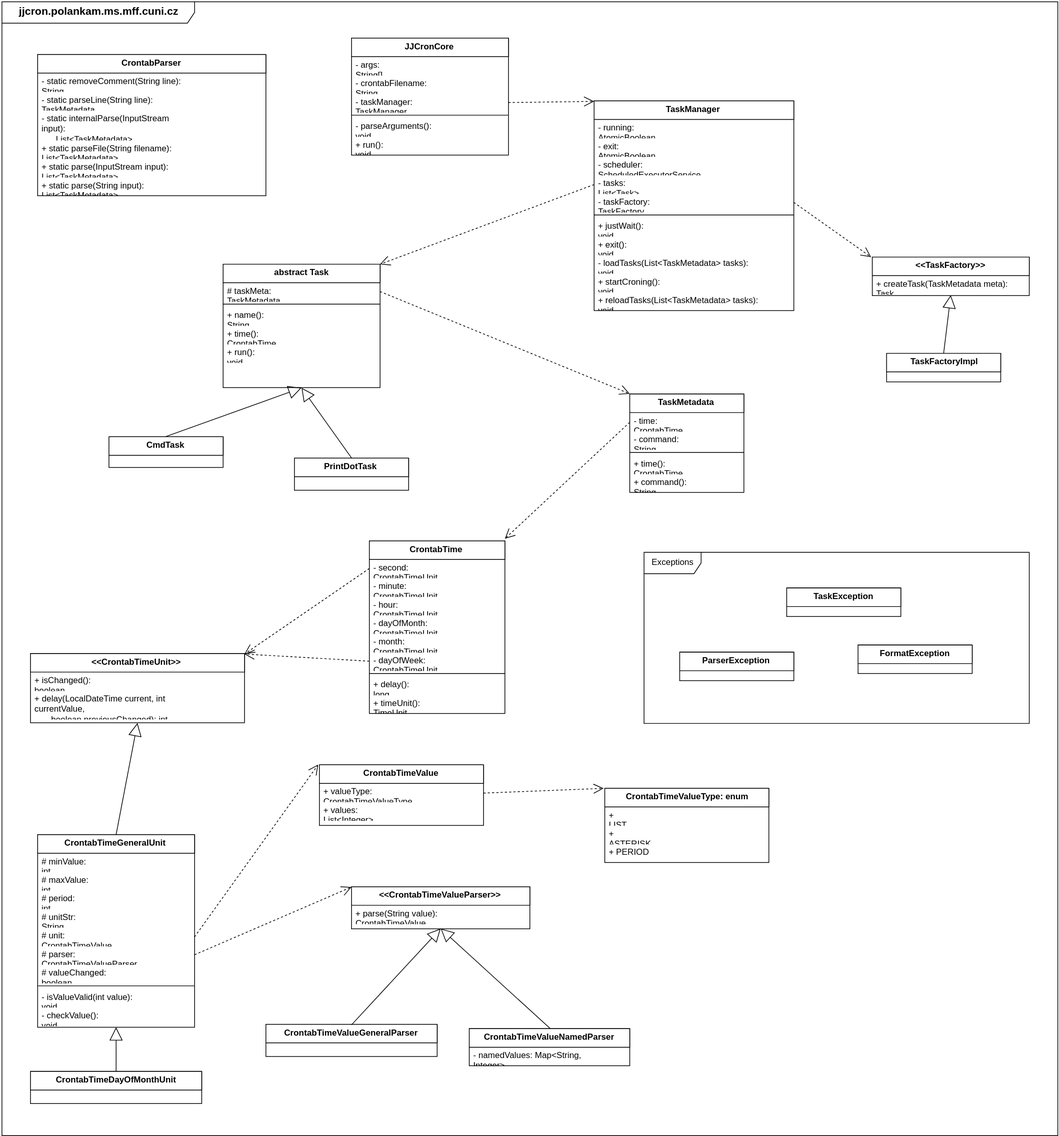
Above: src/javadoc/architecture.svg in Neloop/JJCron (draw.io), before the change. Source tidied: cells renumbered, new cells last; positions are measured from the earlier drawing's top-left corner, leaving out a move shared by most shapes.
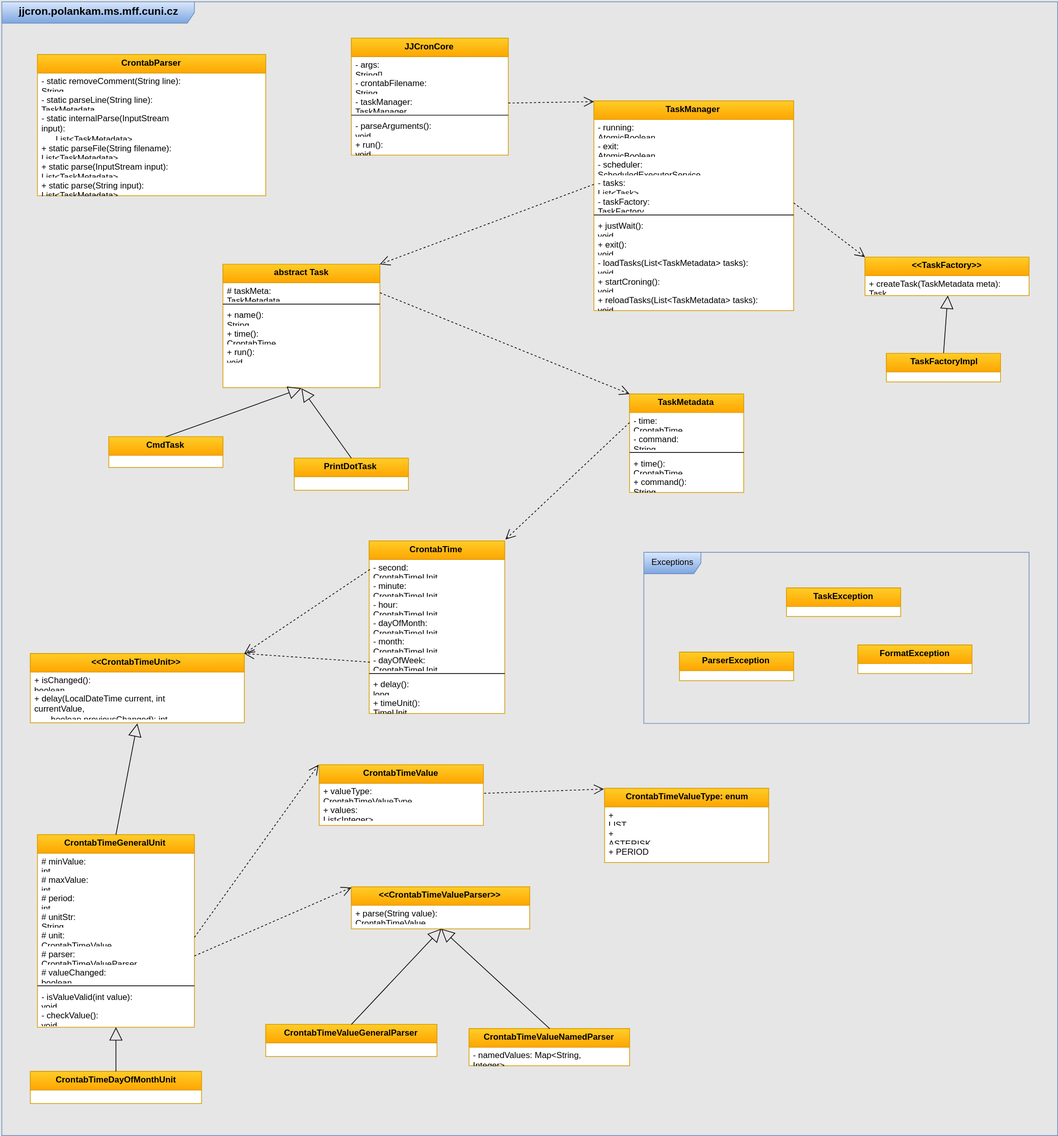
After the change.

The edit, as a diff of the source:
```diff
@@ -1,2 +1,2 @@
-<mxGraphModel background="#ffffff">
+<mxGraphModel background="#E6E6E6">
   <root>
@@ -4,3 +4,3 @@
     <mxCell id="1" parent="0" />
-    <mxCell id="2" value="JJCronCore&lt;br&gt;" style="swimlane;html=1;fontStyle=1;align=center;verticalAlign=top;horizontal=1;startSize=26;swimlaneFillColor=#ffffff;rounded=0;shadow=0;strokeWidth=1;fillColor=#FFFFFF;gradientColor=none;fontSize=12;fontColor=#000000;" parent="1" vertex="1">
+    <mxCell id="2" value="JJCronCore&lt;br&gt;" style="swimlane;html=1;fontStyle=1;align=center;verticalAlign=top;horizontal=1;startSize=26;swimlaneFillColor=#ffffff;rounded=0;shadow=0;strokeWidth=1;fontSize=12;fontColor=#000000;plain-orange;" parent="1" vertex="1">
       <mxGeometry x="490" y="51" width="220" height="164" as="geometry" />
@@ -25,3 +25,3 @@
     </mxCell>
-    <mxCell id="9" value="TaskManager&lt;br&gt;" style="swimlane;html=1;fontStyle=1;align=center;verticalAlign=top;horizontal=1;startSize=26;swimlaneFillColor=#ffffff;rounded=0;shadow=0;strokeWidth=1;fillColor=#FFFFFF;gradientColor=none;fontSize=12;fontColor=#000000;" parent="1" vertex="1">
+    <mxCell id="9" value="TaskManager&lt;br&gt;" style="swimlane;html=1;fontStyle=1;align=center;verticalAlign=top;horizontal=1;startSize=26;swimlaneFillColor=#ffffff;rounded=0;shadow=0;strokeWidth=1;fontSize=12;fontColor=#000000;plain-orange;" parent="1" vertex="1">
       <mxGeometry x="830" y="139" width="280" height="294" as="geometry" />
@@ -70,9 +70,9 @@
     </mxCell>
-    <mxCell id="24" value="&amp;lt;&amp;lt;TaskFactory&amp;gt;&amp;gt;&lt;br&gt;" style="swimlane;html=1;fontStyle=1;align=center;verticalAlign=top;horizontal=1;startSize=26;swimlaneFillColor=#ffffff;rounded=0;shadow=0;strokeWidth=1;fillColor=#FFFFFF;gradientColor=none;fontSize=12;fontColor=#000000;" parent="1" vertex="1">
-      <mxGeometry x="1220" y="358" width="220" height="54" as="geometry" />
+    <mxCell id="24" value="&amp;lt;&amp;lt;TaskFactory&amp;gt;&amp;gt;&lt;br&gt;" style="swimlane;html=1;fontStyle=1;align=center;verticalAlign=top;horizontal=1;startSize=26;swimlaneFillColor=#ffffff;rounded=0;shadow=0;strokeWidth=1;fontSize=12;fontColor=#000000;plain-orange;" parent="1" vertex="1">
+      <mxGeometry x="1210" y="358" width="230" height="54" as="geometry" />
     </mxCell>
     <mxCell id="25" value="+ createTask(TaskMetadata meta): Task" style="text;html=1;strokeColor=none;fillColor=none;align=left;verticalAlign=top;spacingLeft=4;spacingRight=4;whiteSpace=wrap;overflow=hidden;rounded=0;shadow=0;startSize=26;fontSize=12;fontColor=#000000;" parent="24" vertex="1">
-      <mxGeometry y="26" width="220" height="26" as="geometry" />
+      <mxGeometry y="26" width="230" height="26" as="geometry" />
     </mxCell>
-    <mxCell id="26" value="abstract Task&lt;br&gt;" style="swimlane;html=1;fontStyle=1;align=center;verticalAlign=top;horizontal=1;startSize=26;swimlaneFillColor=#ffffff;rounded=0;shadow=0;strokeWidth=1;fillColor=#FFFFFF;gradientColor=none;fontSize=12;fontColor=#000000;" parent="1" vertex="1">
+    <mxCell id="26" value="abstract Task&lt;br&gt;" style="swimlane;html=1;fontStyle=1;align=center;verticalAlign=top;horizontal=1;startSize=26;swimlaneFillColor=#ffffff;rounded=0;shadow=0;strokeWidth=1;fontSize=12;fontColor=#000000;plain-orange;" parent="1" vertex="1">
       <mxGeometry x="310" y="368" width="220" height="173" as="geometry" />
@@ -97,3 +97,3 @@
     </mxCell>
-    <mxCell id="33" value="TaskMetadata" style="swimlane;html=1;fontStyle=1;align=center;verticalAlign=top;horizontal=1;startSize=26;swimlaneFillColor=#ffffff;rounded=0;shadow=0;strokeWidth=1;fillColor=#FFFFFF;gradientColor=none;fontSize=12;fontColor=#000000;" parent="1" vertex="1">
+    <mxCell id="33" value="TaskMetadata" style="swimlane;html=1;fontStyle=1;align=center;verticalAlign=top;horizontal=1;startSize=26;swimlaneFillColor=#ffffff;rounded=0;shadow=0;strokeWidth=1;fontSize=12;fontColor=#000000;plain-orange;" parent="1" vertex="1">
       <mxGeometry x="880" y="550" width="160" height="138" as="geometry" />
@@ -118,6 +118,6 @@
     </mxCell>
-    <mxCell id="40" value="PrintDotTask" style="swimlane;html=1;fontStyle=1;align=center;verticalAlign=top;horizontal=1;startSize=26;swimlaneFillColor=#ffffff;rounded=0;shadow=0;strokeWidth=1;fillColor=#FFFFFF;gradientColor=none;fontSize=12;fontColor=#000000;" parent="1" vertex="1">
+    <mxCell id="40" value="PrintDotTask" style="swimlane;html=1;fontStyle=1;align=center;verticalAlign=top;horizontal=1;startSize=26;swimlaneFillColor=#ffffff;rounded=0;shadow=0;strokeWidth=1;fontSize=12;fontColor=#000000;plain-orange;" parent="1" vertex="1">
       <mxGeometry x="410" y="640" width="160" height="45" as="geometry" />
     </mxCell>
-    <mxCell id="41" value="CmdTask" style="swimlane;html=1;fontStyle=1;align=center;verticalAlign=top;horizontal=1;startSize=26;swimlaneFillColor=#ffffff;rounded=0;shadow=0;strokeWidth=1;fillColor=#FFFFFF;gradientColor=none;fontSize=12;fontColor=#000000;" parent="1" vertex="1">
+    <mxCell id="41" value="CmdTask" style="swimlane;html=1;fontStyle=1;align=center;verticalAlign=top;horizontal=1;startSize=26;swimlaneFillColor=#ffffff;rounded=0;shadow=0;strokeWidth=1;fontSize=12;fontColor=#000000;plain-orange;" parent="1" vertex="1">
       <mxGeometry x="150" y="610" width="160" height="43" as="geometry" />
@@ -130,15 +130,15 @@
     </mxCell>
-    <mxCell id="44" value="TaskException" style="swimlane;html=1;fontStyle=1;align=center;verticalAlign=top;horizontal=1;startSize=26;swimlaneFillColor=#ffffff;rounded=0;shadow=0;strokeWidth=1;fillColor=#FFFFFF;gradientColor=none;fontSize=12;fontColor=#000000;" parent="1" vertex="1">
+    <mxCell id="44" value="TaskException" style="swimlane;html=1;fontStyle=1;align=center;verticalAlign=top;horizontal=1;startSize=26;swimlaneFillColor=#ffffff;rounded=0;shadow=0;strokeWidth=1;fontSize=12;fontColor=#000000;plain-orange;" parent="1" vertex="1">
       <mxGeometry x="1100" y="822" width="160" height="40" as="geometry" />
     </mxCell>
-    <mxCell id="45" value="FormatException" style="swimlane;html=1;fontStyle=1;align=center;verticalAlign=top;horizontal=1;startSize=26;swimlaneFillColor=#ffffff;rounded=0;shadow=0;strokeWidth=1;fillColor=#FFFFFF;gradientColor=none;fontSize=12;fontColor=#000000;" parent="1" vertex="1">
+    <mxCell id="45" value="FormatException" style="swimlane;html=1;fontStyle=1;align=center;verticalAlign=top;horizontal=1;startSize=26;swimlaneFillColor=#ffffff;rounded=0;shadow=0;strokeWidth=1;fontSize=12;fontColor=#000000;plain-orange;" parent="1" vertex="1">
       <mxGeometry x="1200" y="902" width="160" height="40" as="geometry" />
     </mxCell>
-    <mxCell id="46" value="ParserException" style="swimlane;html=1;fontStyle=1;align=center;verticalAlign=top;horizontal=1;startSize=26;swimlaneFillColor=#ffffff;rounded=0;shadow=0;strokeWidth=1;fillColor=#FFFFFF;gradientColor=none;fontSize=12;fontColor=#000000;" parent="1" vertex="1">
+    <mxCell id="46" value="ParserException" style="swimlane;html=1;fontStyle=1;align=center;verticalAlign=top;horizontal=1;startSize=26;swimlaneFillColor=#ffffff;rounded=0;shadow=0;strokeWidth=1;fontSize=12;fontColor=#000000;plain-orange;" parent="1" vertex="1">
       <mxGeometry x="950" y="912" width="160" height="40" as="geometry" />
     </mxCell>
-    <mxCell id="47" value="Exceptions" style="shape=umlFrame;whiteSpace=wrap;html=1;rounded=0;shadow=0;startSize=26;strokeWidth=1;fillColor=#FFFFFF;gradientColor=none;fontSize=12;fontColor=#000000;width=80;height=30;" parent="1" vertex="1">
+    <mxCell id="47" value="Exceptions" style="shape=umlFrame;whiteSpace=wrap;html=1;rounded=0;shadow=0;startSize=26;strokeWidth=1;fontSize=12;fontColor=#000000;width=80;height=30;plain-blue;" parent="1" vertex="1">
       <mxGeometry x="900" y="772" width="540" height="240" as="geometry" />
     </mxCell>
-    <mxCell id="48" value="CrontabTimeValueType: enum&lt;br&gt;" style="swimlane;html=1;fontStyle=1;align=center;verticalAlign=top;horizontal=1;startSize=26;swimlaneFillColor=#ffffff;rounded=0;shadow=0;strokeWidth=1;fillColor=#FFFFFF;gradientColor=none;fontSize=12;fontColor=#000000;" parent="1" vertex="1">
+    <mxCell id="48" value="CrontabTimeValueType: enum&lt;br&gt;" style="swimlane;html=1;fontStyle=1;align=center;verticalAlign=top;horizontal=1;startSize=26;swimlaneFillColor=#ffffff;rounded=0;shadow=0;strokeWidth=1;fontSize=12;fontColor=#000000;plain-orange;" parent="1" vertex="1">
       <mxGeometry x="845" y="1103" width="230" height="104" as="geometry" />
@@ -154,3 +154,3 @@
     </mxCell>
-    <mxCell id="52" value="CrontabTimeValue" style="swimlane;html=1;fontStyle=1;align=center;verticalAlign=top;horizontal=1;startSize=26;swimlaneFillColor=#ffffff;rounded=0;shadow=0;strokeWidth=1;fillColor=#FFFFFF;gradientColor=none;fontSize=12;fontColor=#000000;" parent="1" vertex="1">
+    <mxCell id="52" value="CrontabTimeValue" style="swimlane;html=1;fontStyle=1;align=center;verticalAlign=top;horizontal=1;startSize=26;swimlaneFillColor=#ffffff;rounded=0;shadow=0;strokeWidth=1;fontSize=12;fontColor=#000000;plain-orange;" parent="1" vertex="1">
       <mxGeometry x="445" y="1070" width="230" height="85" as="geometry" />
@@ -166,6 +166,6 @@
     </mxCell>
-    <mxCell id="56" value="TaskFactoryImpl" style="swimlane;html=1;fontStyle=1;align=center;verticalAlign=top;horizontal=1;startSize=26;swimlaneFillColor=#ffffff;rounded=0;shadow=0;strokeWidth=1;fillColor=#FFFFFF;gradientColor=none;fontSize=12;fontColor=#000000;" parent="1" vertex="1">
+    <mxCell id="56" value="TaskFactoryImpl" style="swimlane;html=1;fontStyle=1;align=center;verticalAlign=top;horizontal=1;startSize=26;swimlaneFillColor=#ffffff;rounded=0;shadow=0;strokeWidth=1;fontSize=12;fontColor=#000000;plain-orange;" parent="1" vertex="1">
       <mxGeometry x="1240" y="493" width="160" height="40" as="geometry" />
     </mxCell>
-    <mxCell id="57" value="&amp;lt;&amp;lt;CrontabTimeValueParser&amp;gt;&amp;gt;" style="swimlane;html=1;fontStyle=1;align=center;verticalAlign=top;horizontal=1;startSize=26;swimlaneFillColor=#ffffff;rounded=0;shadow=0;strokeWidth=1;fillColor=#FFFFFF;gradientColor=none;fontSize=12;fontColor=#000000;" parent="1" vertex="1">
+    <mxCell id="57" value="&amp;lt;&amp;lt;CrontabTimeValueParser&amp;gt;&amp;gt;" style="swimlane;html=1;fontStyle=1;align=center;verticalAlign=top;horizontal=1;startSize=26;swimlaneFillColor=#ffffff;rounded=0;shadow=0;strokeWidth=1;fontSize=12;fontColor=#000000;plain-orange;" parent="1" vertex="1">
       <mxGeometry x="490" y="1241" width="250" height="59" as="geometry" />
@@ -175,3 +175,3 @@
     </mxCell>
-    <mxCell id="59" value="CrontabTimeValueNamedParser" style="swimlane;html=1;fontStyle=1;align=center;verticalAlign=top;horizontal=1;startSize=26;swimlaneFillColor=#ffffff;rounded=0;shadow=0;strokeWidth=1;fillColor=#FFFFFF;gradientColor=none;fontSize=12;fontColor=#000000;" parent="1" vertex="1">
+    <mxCell id="59" value="CrontabTimeValueNamedParser" style="swimlane;html=1;fontStyle=1;align=center;verticalAlign=top;horizontal=1;startSize=26;swimlaneFillColor=#ffffff;rounded=0;shadow=0;strokeWidth=1;fontSize=12;fontColor=#000000;plain-orange;" parent="1" vertex="1">
       <mxGeometry x="655" y="1440" width="225" height="52" as="geometry" />
@@ -184,3 +184,3 @@
     </mxCell>
-    <mxCell id="62" value="CrontabTimeValueGeneralParser" style="swimlane;html=1;fontStyle=1;align=center;verticalAlign=top;horizontal=1;startSize=26;swimlaneFillColor=#ffffff;rounded=0;shadow=0;strokeWidth=1;fillColor=#FFFFFF;gradientColor=none;fontSize=12;fontColor=#000000;" parent="1" vertex="1">
+    <mxCell id="62" value="CrontabTimeValueGeneralParser" style="swimlane;html=1;fontStyle=1;align=center;verticalAlign=top;horizontal=1;startSize=26;swimlaneFillColor=#ffffff;rounded=0;shadow=0;strokeWidth=1;fontSize=12;fontColor=#000000;plain-orange;" parent="1" vertex="1">
       <mxGeometry x="370" y="1434" width="240" height="45" as="geometry" />
@@ -190,3 +190,3 @@
     </mxCell>
-    <mxCell id="64" value="CrontabParser" style="swimlane;html=1;fontStyle=1;align=center;verticalAlign=top;horizontal=1;startSize=26;swimlaneFillColor=#ffffff;rounded=0;shadow=0;strokeWidth=1;fillColor=#FFFFFF;gradientColor=none;fontSize=12;fontColor=#000000;" parent="1" vertex="1">
+    <mxCell id="64" value="CrontabParser" style="swimlane;html=1;fontStyle=1;align=center;verticalAlign=top;horizontal=1;startSize=26;swimlaneFillColor=#ffffff;rounded=0;shadow=0;strokeWidth=1;fontSize=12;fontColor=#000000;plain-orange;" parent="1" vertex="1">
       <mxGeometry x="50" y="74" width="320" height="198" as="geometry" />
@@ -211,3 +211,3 @@
     </mxCell>
-    <mxCell id="71" value="CrontabTime" style="swimlane;html=1;fontStyle=1;align=center;verticalAlign=top;horizontal=1;startSize=26;swimlaneFillColor=#ffffff;rounded=0;shadow=0;strokeWidth=1;fillColor=#FFFFFF;gradientColor=none;fontSize=12;fontColor=#000000;" parent="1" vertex="1">
+    <mxCell id="71" value="CrontabTime" style="swimlane;html=1;fontStyle=1;align=center;verticalAlign=top;horizontal=1;startSize=26;swimlaneFillColor=#ffffff;rounded=0;shadow=0;strokeWidth=1;fontSize=12;fontColor=#000000;plain-orange;" parent="1" vertex="1">
       <mxGeometry x="515" y="756" width="190" height="242" as="geometry" />
@@ -244,3 +244,3 @@
     </mxCell>
-    <mxCell id="82" value="&amp;lt;&amp;lt;CrontabTimeUnit&amp;gt;&amp;gt;" style="swimlane;html=1;fontStyle=1;align=center;verticalAlign=top;horizontal=1;startSize=26;swimlaneFillColor=#ffffff;rounded=0;shadow=0;strokeWidth=1;fillColor=#FFFFFF;gradientColor=none;fontSize=12;fontColor=#000000;" parent="1" vertex="1">
+    <mxCell id="82" value="&amp;lt;&amp;lt;CrontabTimeUnit&amp;gt;&amp;gt;" style="swimlane;html=1;fontStyle=1;align=center;verticalAlign=top;horizontal=1;startSize=26;swimlaneFillColor=#ffffff;rounded=0;shadow=0;strokeWidth=1;fontSize=12;fontColor=#000000;plain-orange;" parent="1" vertex="1">
       <mxGeometry x="40" y="914" width="300" height="97" as="geometry" />
@@ -253,3 +253,3 @@
     </mxCell>
-    <mxCell id="85" value="CrontabTimeGeneralUnit" style="swimlane;html=1;fontStyle=1;align=center;verticalAlign=top;horizontal=1;startSize=26;swimlaneFillColor=#ffffff;rounded=0;shadow=0;strokeWidth=1;fillColor=#FFFFFF;gradientColor=none;fontSize=12;fontColor=#000000;" parent="1" vertex="1">
+    <mxCell id="85" value="CrontabTimeGeneralUnit" style="swimlane;html=1;fontStyle=1;align=center;verticalAlign=top;horizontal=1;startSize=26;swimlaneFillColor=#ffffff;rounded=0;shadow=0;strokeWidth=1;fontSize=12;fontColor=#000000;plain-orange;" parent="1" vertex="1">
       <mxGeometry x="50" y="1168" width="220" height="270" as="geometry" />
@@ -295,3 +295,3 @@
     </mxCell>
-    <mxCell id="99" value="CrontabTimeDayOfMonthUnit" style="swimlane;html=1;fontStyle=1;align=center;verticalAlign=top;horizontal=1;startSize=26;swimlaneFillColor=#ffffff;rounded=0;shadow=0;strokeWidth=1;fillColor=#FFFFFF;gradientColor=none;fontSize=12;fontColor=#000000;" parent="1" vertex="1">
+    <mxCell id="99" value="CrontabTimeDayOfMonthUnit" style="swimlane;html=1;fontStyle=1;align=center;verticalAlign=top;horizontal=1;startSize=26;swimlaneFillColor=#ffffff;rounded=0;shadow=0;strokeWidth=1;fontSize=12;fontColor=#000000;plain-orange;" parent="1" vertex="1">
       <mxGeometry x="40" y="1500" width="240" height="45" as="geometry" />
@@ -307,3 +307,3 @@
     </mxCell>
-    <mxCell id="103" value="jjcron.polankam.ms.mff.cuni.cz" style="shape=umlFrame;whiteSpace=wrap;html=1;rounded=0;shadow=0;startSize=26;strokeWidth=1;fillColor=#FFFFFF;gradientColor=none;fontSize=15;fontColor=#000000;width=270;height=30;fontStyle=1;" parent="1" vertex="1">
+    <mxCell id="103" value="jjcron.polankam.ms.mff.cuni.cz" style="shape=umlFrame;whiteSpace=wrap;html=1;rounded=0;shadow=0;startSize=26;strokeWidth=1;fontSize=15;fontColor=#000000;width=270;height=30;fontStyle=1;plain-blue;" parent="1" vertex="1">
       <mxGeometry width="1480" height="1590" as="geometry" />
```
